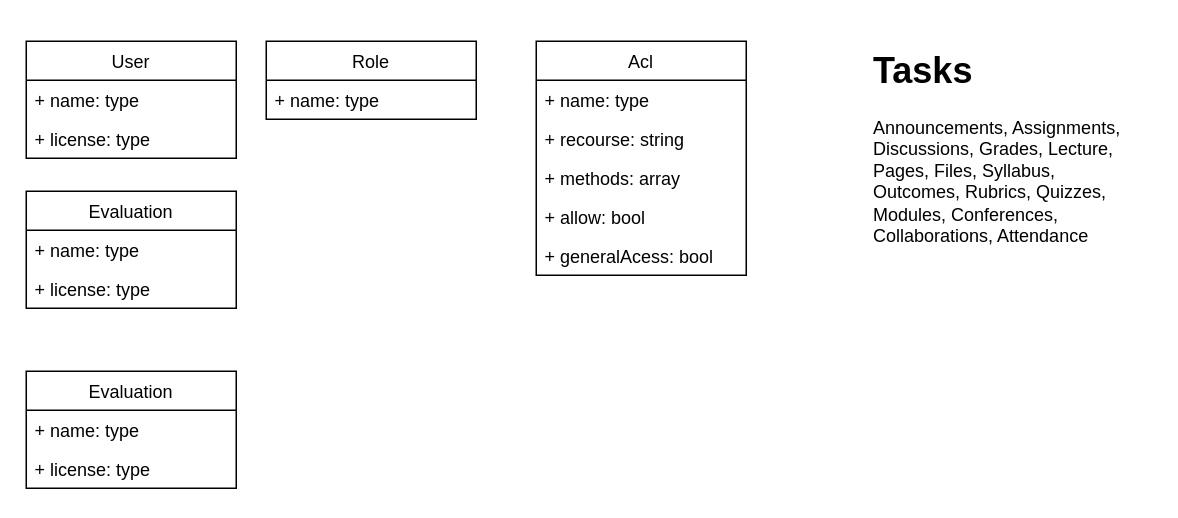
Everest4-0/Everest4.0-server keeps this draw.io diagram as page "Modelo dados" (1 of 4) of data/diagram.drawio. Above is the earlier version. Source tidied: cells renumbered, new cells numbered last; positions are measured from the earlier drawing's top-left corner, leaving out a move shared by most shapes. Both pictures are drawn from the tidied source at 150%, with x=0, y=0 at pixel (26, 40).
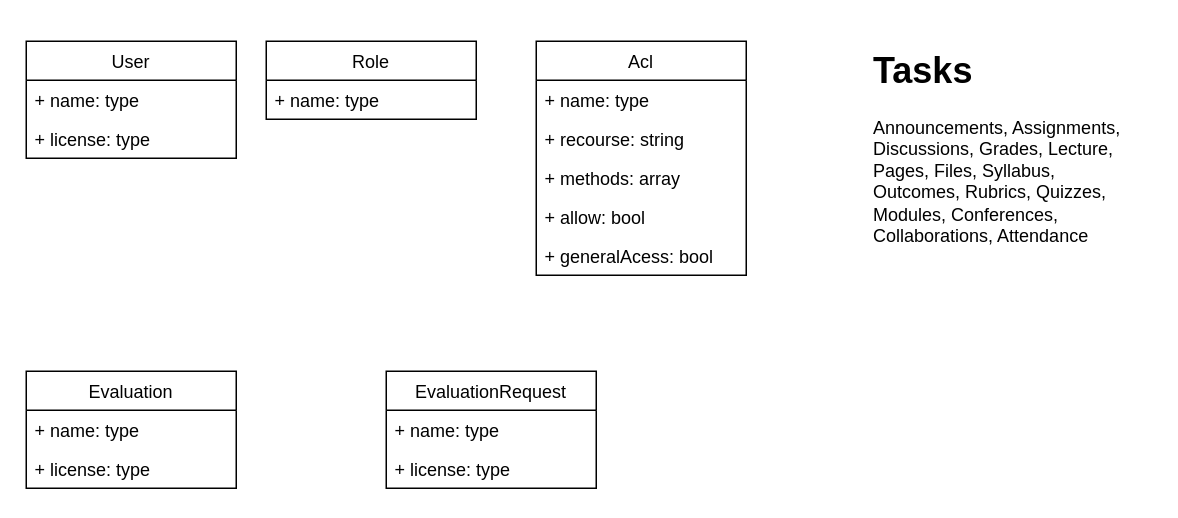
Above is the later version.

Diff of the diagram source:
```diff
@@
 <mxGraphModel>
   <root>
     <mxCell id="0" />
     <mxCell id="1" parent="0" />
     <mxCell id="2" value="User" style="swimlane;fontStyle=0;horizontal=1;startSize=26;fillColor=none;" parent="1" vertex="1">
       <mxGeometry width="140" height="78" as="geometry" />
     </mxCell>
     <mxCell id="3" value="+ name: type" style="text;strokeColor=none;fillColor=none;align=left;verticalAlign=top;spacingLeft=4;spacingRight=4;overflow=hidden;" parent="2" vertex="1">
       <mxGeometry y="26" width="140" height="26" as="geometry" />
     </mxCell>
     <mxCell id="4" value="+ license: type" style="text;strokeColor=none;fillColor=none;align=left;verticalAlign=top;spacingLeft=4;spacingRight=4;overflow=hidden;" parent="2" vertex="1">
       <mxGeometry y="52" width="140" height="26" as="geometry" />
     </mxCell>
     <mxCell id="5" value="&lt;h1&gt;Tasks&lt;/h1&gt;&lt;p&gt;Announcements, Assignments, Discussions, Grades, Lecture, Pages, Files, Syllabus, Outcomes, Rubrics, Quizzes, Modules, Conferences, Collaborations, Attendance&lt;/p&gt;" style="text;html=1;strokeColor=none;fillColor=none;spacing=5;spacingTop=-20;whiteSpace=wrap;overflow=hidden;rounded=0;" parent="1" vertex="1">
       <mxGeometry x="560" width="190" height="150" as="geometry" />
     </mxCell>
     <mxCell id="6" value="Acl" style="swimlane;fontStyle=0;horizontal=1;startSize=26;fillColor=none;" parent="1" vertex="1">
       <mxGeometry x="340" width="140" height="156" as="geometry" />
     </mxCell>
     <mxCell id="7" value="+ name: type" style="text;strokeColor=none;fillColor=none;align=left;verticalAlign=top;spacingLeft=4;spacingRight=4;overflow=hidden;" parent="6" vertex="1">
       <mxGeometry y="26" width="140" height="26" as="geometry" />
     </mxCell>
     <mxCell id="8" value="+ recourse: string" style="text;strokeColor=none;fillColor=none;align=left;verticalAlign=top;spacingLeft=4;spacingRight=4;overflow=hidden;" parent="6" vertex="1">
       <mxGeometry y="52" width="140" height="26" as="geometry" />
     </mxCell>
     <mxCell id="9" value="+ methods: array" style="text;strokeColor=none;fillColor=none;align=left;verticalAlign=top;spacingLeft=4;spacingRight=4;overflow=hidden;" parent="6" vertex="1">
       <mxGeometry y="78" width="140" height="26" as="geometry" />
     </mxCell>
     <mxCell id="10" value="+ allow: bool" style="text;strokeColor=none;fillColor=none;align=left;verticalAlign=top;spacingLeft=4;spacingRight=4;overflow=hidden;" parent="6" vertex="1">
       <mxGeometry y="104" width="140" height="26" as="geometry" />
     </mxCell>
     <mxCell id="11" value="+ generalAcess: bool" style="text;strokeColor=none;fillColor=none;align=left;verticalAlign=top;spacingLeft=4;spacingRight=4;overflow=hidden;" parent="6" vertex="1">
       <mxGeometry y="130" width="140" height="26" as="geometry" />
     </mxCell>
     <mxCell id="12" value="Role" style="swimlane;fontStyle=0;horizontal=1;startSize=26;fillColor=none;" parent="1" vertex="1">
       <mxGeometry x="160" width="140" height="52" as="geometry" />
     </mxCell>
     <mxCell id="13" value="+ name: type" style="text;strokeColor=none;fillColor=none;align=left;verticalAlign=top;spacingLeft=4;spacingRight=4;overflow=hidden;" parent="12" vertex="1">
       <mxGeometry y="26" width="140" height="26" as="geometry" />
     </mxCell>
     <mxCell id="14" value="Evaluation" style="swimlane;fontStyle=0;horizontal=1;startSize=26;fillColor=none;" parent="1" vertex="1">
       <mxGeometry y="220" width="140" height="78" as="geometry" />
     </mxCell>
     <mxCell id="15" value="+ name: type" style="text;strokeColor=none;fillColor=none;align=left;verticalAlign=top;spacingLeft=4;spacingRight=4;overflow=hidden;" parent="14" vertex="1">
       <mxGeometry y="26" width="140" height="26" as="geometry" />
     </mxCell>
     <mxCell id="16" value="+ license: type" style="text;strokeColor=none;fillColor=none;align=left;verticalAlign=top;spacingLeft=4;spacingRight=4;overflow=hidden;" parent="14" vertex="1">
       <mxGeometry y="52" width="140" height="26" as="geometry" />
     </mxCell>
-    <mxCell id="17" value="Evaluation" style="swimlane;fontStyle=0;horizontal=1;startSize=26;fillColor=none;" parent="1" vertex="1">
-      <mxGeometry y="100" width="140" height="78" as="geometry" />
+    <mxCell id="17" value="EvaluationRequest" style="swimlane;fontStyle=0;horizontal=1;startSize=26;fillColor=none;" parent="1" vertex="1">
+      <mxGeometry x="240" y="220" width="140" height="78" as="geometry" />
     </mxCell>
     <mxCell id="18" value="+ name: type" style="text;strokeColor=none;fillColor=none;align=left;verticalAlign=top;spacingLeft=4;spacingRight=4;overflow=hidden;" parent="17" vertex="1">
       <mxGeometry y="26" width="140" height="26" as="geometry" />
     </mxCell>
     <mxCell id="19" value="+ license: type" style="text;strokeColor=none;fillColor=none;align=left;verticalAlign=top;spacingLeft=4;spacingRight=4;overflow=hidden;" parent="17" vertex="1">
       <mxGeometry y="52" width="140" height="26" as="geometry" />
     </mxCell>
   </root>
 </mxGraphModel>
```
